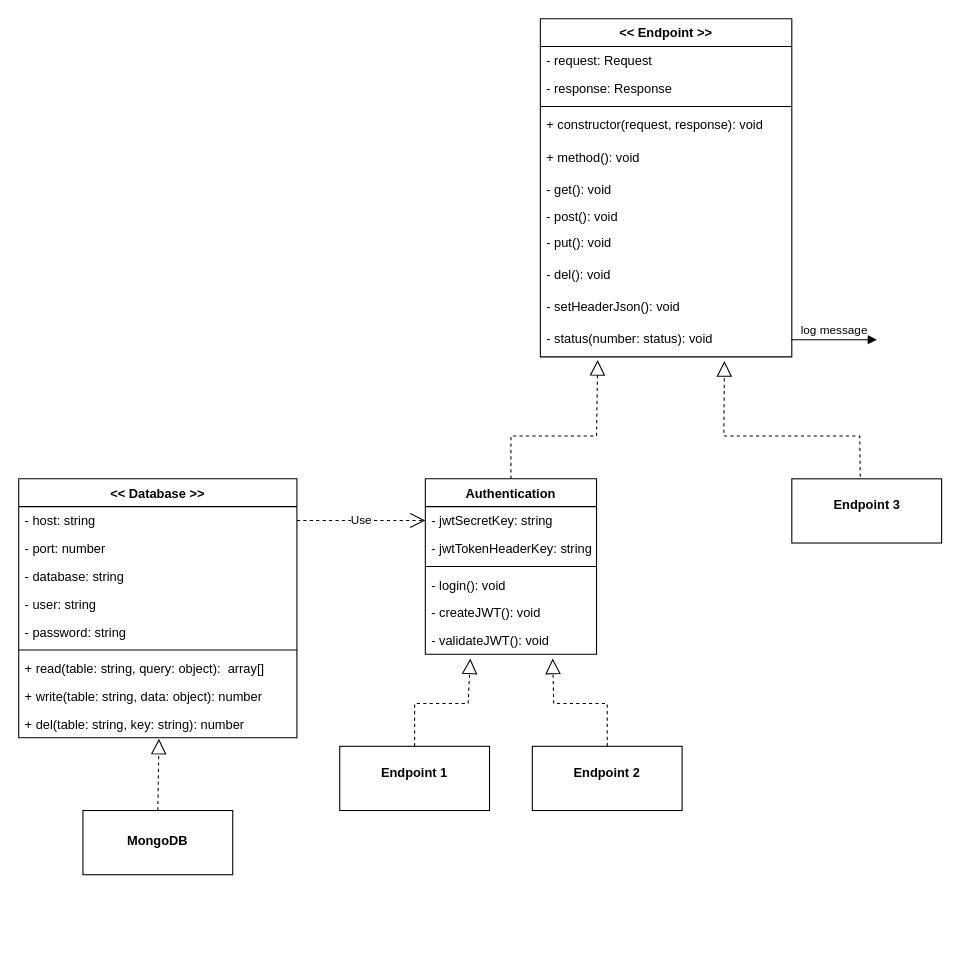
Above: docs/endpoints.drawio in syr0s/tubester-restful-api (draw.io), before the change. Source tidied: cells renumbered, new cells numbered last; positions are measured from the earlier drawing's top-left corner, leaving out a move shared by most shapes. Both pictures are drawn from the tidied source at 107%, with x=0, y=0 at pixel (18, 18).
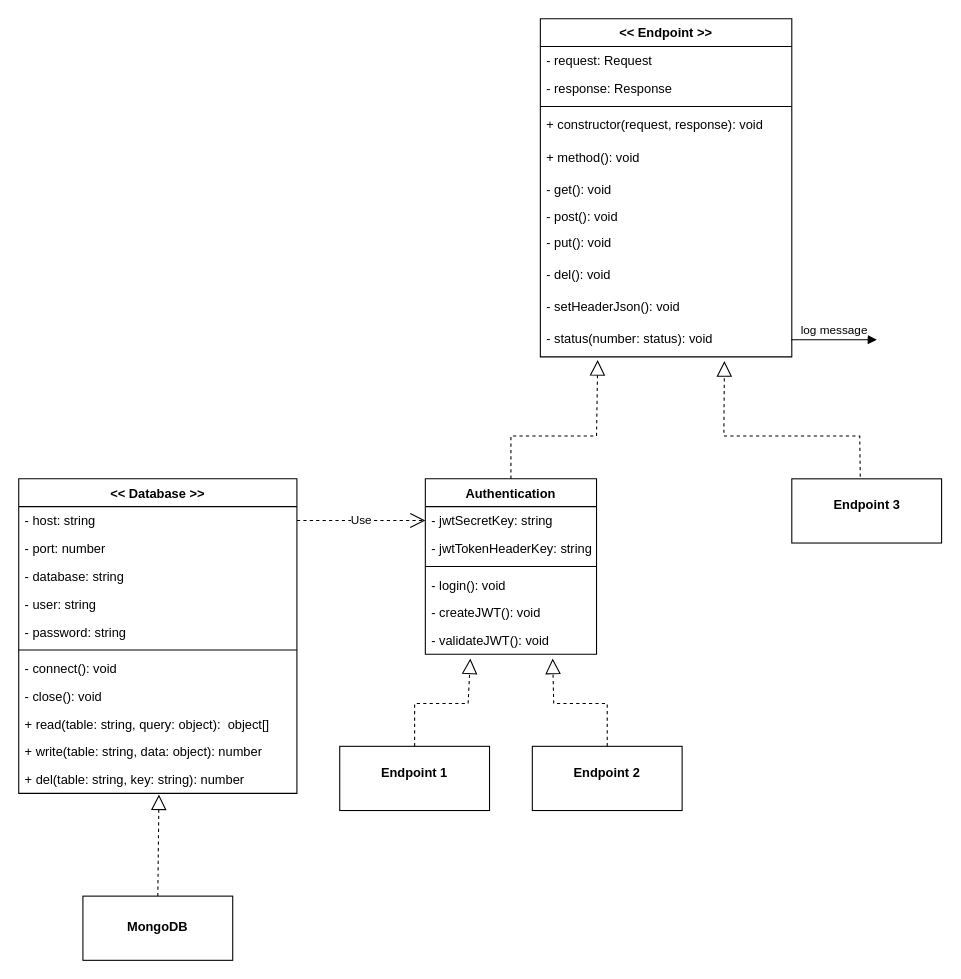
The same diagram, later.

Commit message (it also covers changes not shown here):
feat: :sparkles: implemented abstract base class for database

The edit, as a diff of the source:
```diff
@@
     <mxCell id="29" value="&lt;&lt; Database &gt;&gt;" style="swimlane;fontStyle=1;align=center;verticalAlign=top;horizontal=1;startSize=26;" parent="1" vertex="1">
-      <mxGeometry y="430" width="260" height="242" as="geometry" />
+      <mxGeometry y="430" width="260" height="294" as="geometry" />
     </mxCell>
@@
+    <mxCell id="42" value="- connect(): void" style="text;strokeColor=none;fillColor=none;align=left;verticalAlign=top;spacingLeft=4;spacingRight=4;overflow=hidden;" parent="29" vertex="1">
+      <mxGeometry y="164" width="260" height="26" as="geometry" />
+    </mxCell>
+    <mxCell id="43" value="- close(): void" style="text;strokeColor=none;fillColor=none;align=left;verticalAlign=top;spacingLeft=4;spacingRight=4;overflow=hidden;" parent="29" vertex="1">
+      <mxGeometry y="190" width="260" height="26" as="geometry" />
+    </mxCell>
-    <mxCell id="36" value="+ read(table: string, query: object):  array[]" style="text;strokeColor=none;fillColor=none;align=left;verticalAlign=top;spacingLeft=4;spacingRight=4;overflow=hidden;" parent="29" vertex="1">
-      <mxGeometry y="164" width="260" height="26" as="geometry" />
+    <mxCell id="36" value="+ read(table: string, query: object):  object[]" style="text;strokeColor=none;fillColor=none;align=left;verticalAlign=top;spacingLeft=4;spacingRight=4;overflow=hidden;" parent="29" vertex="1">
+      <mxGeometry y="216" width="260" height="26" as="geometry" />
     </mxCell>
     <mxCell id="37" value="+ write(table: string, data: object): number" style="text;strokeColor=none;fillColor=none;align=left;verticalAlign=top;spacingLeft=4;spacingRight=4;overflow=hidden;" parent="29" vertex="1">
-      <mxGeometry y="190" width="260" height="26" as="geometry" />
+      <mxGeometry y="242" width="260" height="26" as="geometry" />
     </mxCell>
     <mxCell id="38" value="+ del(table: string, key: string): number" style="text;strokeColor=none;fillColor=none;align=left;verticalAlign=top;spacingLeft=4;spacingRight=4;overflow=hidden;points=[[0,0.5],[1,0.5]];portConstraint=eastwest;" parent="29" vertex="1">
-      <mxGeometry y="216" width="260" height="26" as="geometry" />
+      <mxGeometry y="268" width="260" height="26" as="geometry" />
     </mxCell>
@@
     <mxCell id="40" value="&lt;p style=&quot;margin: 4px 0px 0px&quot;&gt;&lt;b&gt;&lt;br&gt;&lt;/b&gt;&lt;/p&gt;&lt;p style=&quot;margin: 4px 0px 0px&quot;&gt;&lt;b&gt;MongoDB&lt;/b&gt;&lt;/p&gt;" style="verticalAlign=top;align=center;overflow=fill;fontSize=12;fontFamily=Helvetica;html=1;" parent="1" vertex="1">
-      <mxGeometry x="60" y="740" width="140" height="60" as="geometry" />
+      <mxGeometry x="60" y="820" width="140" height="60" as="geometry" />
     </mxCell>
```
